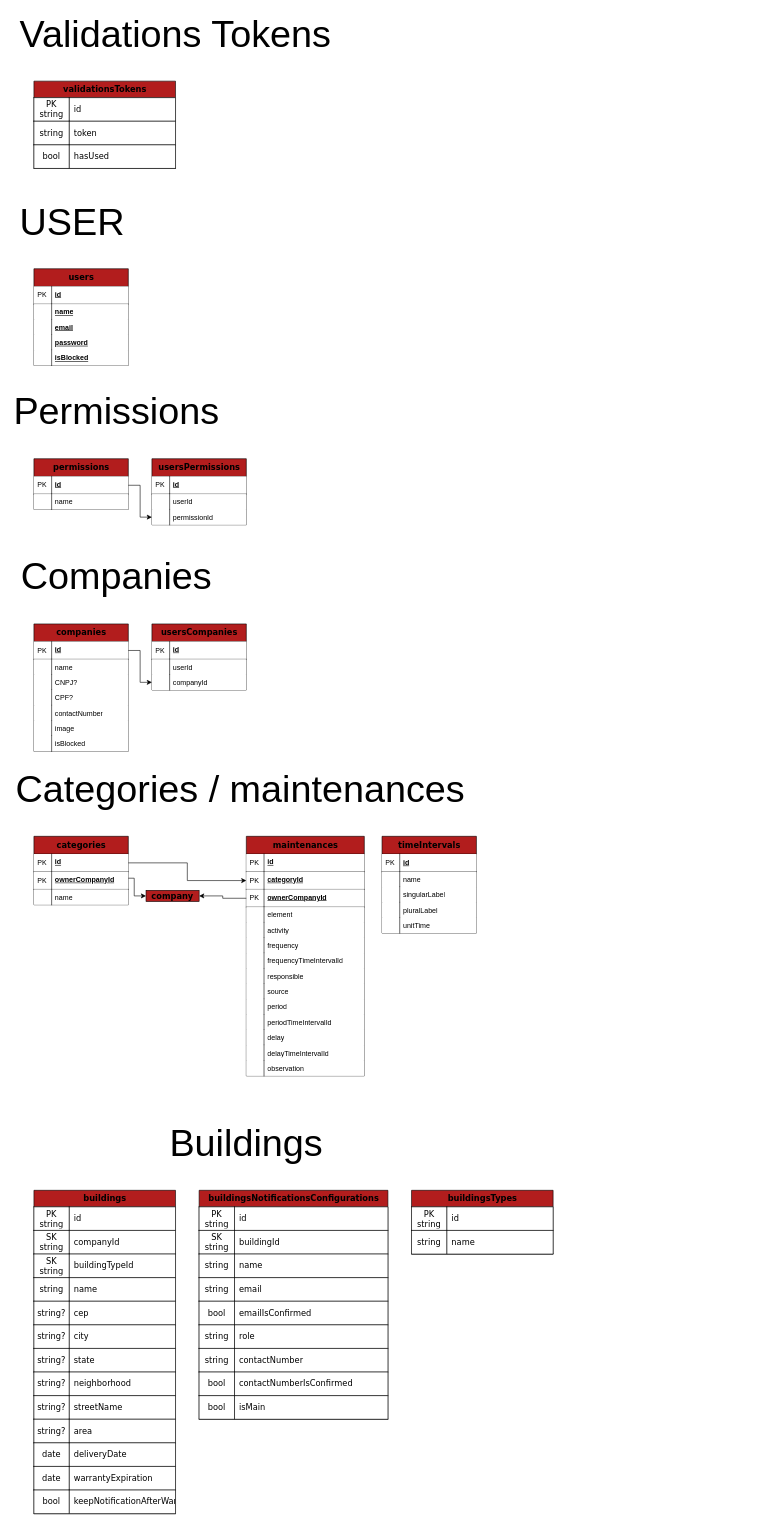
This is src/docs/Easy Alert.drawio from easy-alert/server, a draw.io file, before an edit. Source tidied: cells renumbered, new cells numbered last; positions are measured from the earlier drawing's top-left corner, leaving out a move shared by most shapes. Both pictures are drawn from the tidied source at 59%, with x=0, y=0 at pixel (10, 10).
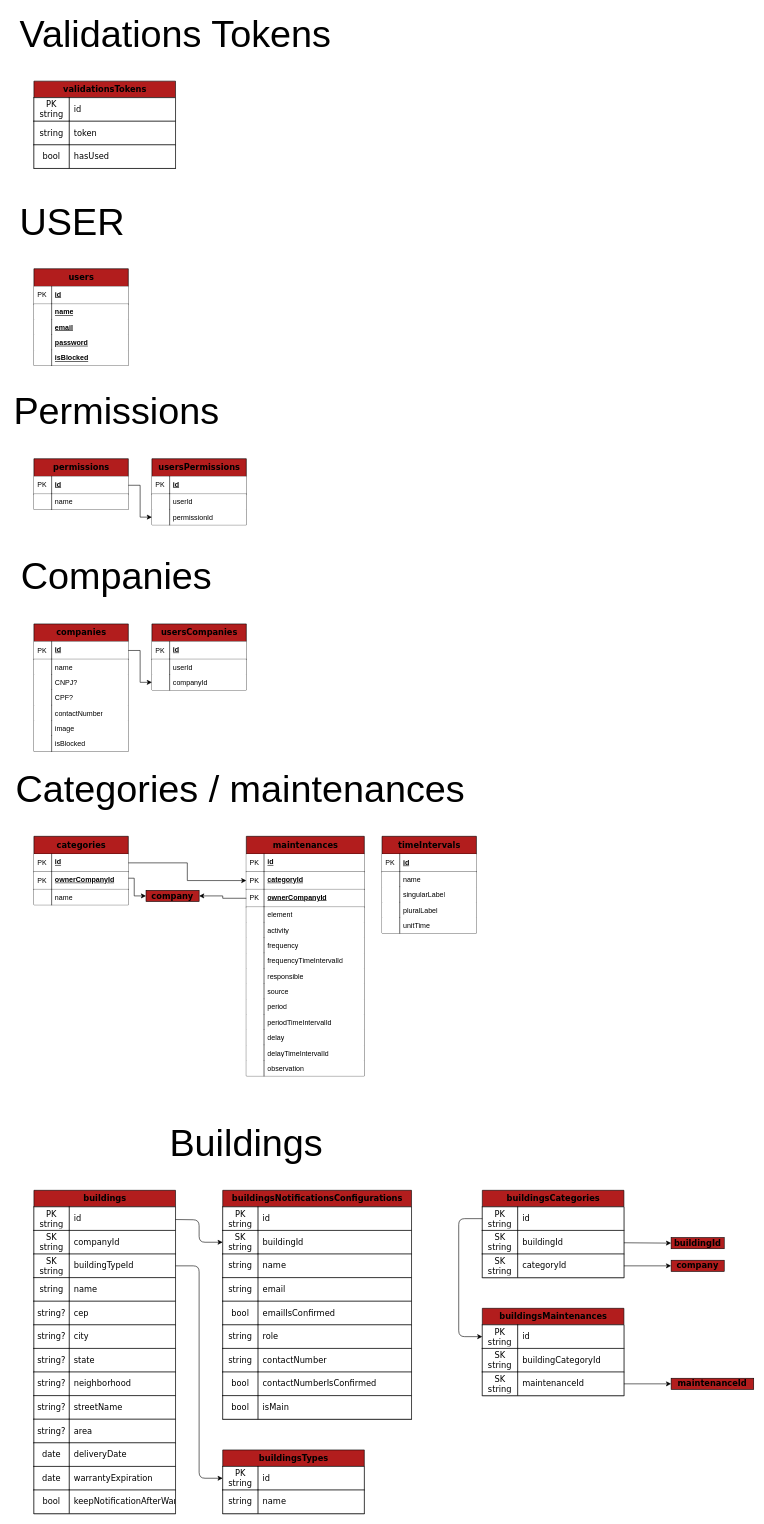
The same diagram, later.

The change refers to these unchanged cells:
```xml
<mxCell id="105" style="shape=partialRectangle;html=1;whiteSpace=wrap;fillColor=none;top=0;left=0;bottom=1;right=0;points=[[0,0.5],[1,0.5]];portConstraint=eastwest;rounded=0;shadow=0;labelBackgroundColor=none;labelBorderColor=none;comic=0;sketch=0;fontFamily=Verdana;fontSize=14;fontColor=default;startSize=26;strokeColor=default;strokeWidth=1;" parent="104" vertex="1">
  <mxGeometry y="28" width="240" height="40" as="geometry" />
</mxCell>
<mxCell id="111" style="shape=partialRectangle;html=1;whiteSpace=wrap;fillColor=none;top=0;left=0;bottom=1;right=0;points=[[0,0.5],[1,0.5]];portConstraint=eastwest;rounded=0;shadow=0;labelBackgroundColor=none;labelBorderColor=none;comic=0;sketch=0;fontFamily=Verdana;fontSize=14;fontColor=default;startSize=26;strokeColor=default;strokeWidth=1;" parent="104" vertex="1">
  <mxGeometry y="108" width="240" height="40" as="geometry" />
</mxCell>
<mxCell id="146" style="shape=partialRectangle;html=1;whiteSpace=wrap;fillColor=none;top=0;left=0;bottom=1;right=0;points=[[0,0.5],[1,0.5]];portConstraint=eastwest;rounded=0;shadow=0;labelBackgroundColor=none;labelBorderColor=none;comic=0;sketch=0;fontFamily=Verdana;fontSize=14;fontColor=default;startSize=26;strokeColor=default;strokeWidth=1;" parent="145" vertex="1">
  <mxGeometry y="28" width="240" height="40" as="geometry" />
</mxCell>
<mxCell id="156" style="shape=partialRectangle;html=1;whiteSpace=wrap;fillColor=none;top=0;left=0;bottom=1;right=0;points=[[0,0.5],[1,0.5]];portConstraint=eastwest;rounded=0;shadow=0;labelBackgroundColor=none;labelBorderColor=none;comic=0;sketch=0;fontFamily=Verdana;fontSize=14;fontColor=default;startSize=26;strokeColor=default;strokeWidth=1;" parent="152" vertex="1">
  <mxGeometry y="68" width="320" height="40" as="geometry" />
</mxCell>
```

Change to the diagram source:
```diff
@@
     <mxCell id="145" value="buildingsTypes" style="shape=table;startSize=28;childLayout=tableLayout;rowLines=1;fontStyle=1;align=center;rounded=0;shadow=0;labelBackgroundColor=none;labelBorderColor=none;comic=0;sketch=0;fontFamily=Verdana;fontSize=14;fontColor=default;strokeColor=default;strokeWidth=1;fillColor=#B21D1D;gradientColor=none;html=1;" parent="1" vertex="1">
-      <mxGeometry x="680" y="2000" width="240" height="108" as="geometry" />
+      <mxGeometry x="360" y="2440" width="240" height="108" as="geometry" />
     </mxCell>
@@
     <mxCell id="152" value="buildingsNotificationsConfigurations" style="shape=table;startSize=28;childLayout=tableLayout;rowLines=1;fontStyle=1;align=center;rounded=0;shadow=0;labelBackgroundColor=none;labelBorderColor=none;comic=0;sketch=0;fontFamily=Verdana;fontSize=14;fontColor=default;strokeColor=default;strokeWidth=1;fillColor=#B21D1D;gradientColor=none;html=1;" parent="1" vertex="1">
-      <mxGeometry x="320" y="2000" width="320" height="388" as="geometry" />
+      <mxGeometry x="360" y="2000" width="320" height="388" as="geometry" />
     </mxCell>
@@
+    <mxCell id="191" value="buildingsCategories" style="shape=table;startSize=28;childLayout=tableLayout;rowLines=1;fontStyle=1;align=center;rounded=0;shadow=0;labelBackgroundColor=none;labelBorderColor=none;comic=0;sketch=0;fontFamily=Verdana;fontSize=14;fontColor=default;strokeColor=default;strokeWidth=1;fillColor=#B21D1D;gradientColor=none;html=1;" parent="1" vertex="1">
+      <mxGeometry x="800" y="2000" width="240" height="148" as="geometry" />
+    </mxCell>
+    <mxCell id="192" style="shape=partialRectangle;html=1;whiteSpace=wrap;fillColor=none;top=0;left=0;bottom=1;right=0;points=[[0,0.5],[1,0.5]];portConstraint=eastwest;rounded=0;shadow=0;labelBackgroundColor=none;labelBorderColor=none;comic=0;sketch=0;fontFamily=Verdana;fontSize=14;fontColor=default;startSize=26;strokeColor=default;strokeWidth=1;" parent="191" vertex="1">
+      <mxGeometry y="28" width="240" height="40" as="geometry" />
+    </mxCell>
+    <mxCell id="193" value="PK&lt;br&gt;string" style="shape=partialRectangle;html=1;whiteSpace=wrap;fillColor=default;top=1;left=1;bottom=1;right=1;overflow=hidden;rounded=0;shadow=0;labelBackgroundColor=none;labelBorderColor=none;comic=0;sketch=0;fontFamily=Verdana;fontSize=14;fontColor=default;startSize=26;strokeColor=default;strokeWidth=1;align=center;" parent="192" vertex="1">
+      <mxGeometry width="60" height="40" as="geometry" />
+    </mxCell>
+    <mxCell id="194" value="id" style="shape=partialRectangle;html=1;whiteSpace=wrap;fillColor=default;top=1;left=1;bottom=1;right=1;align=left;spacingLeft=6;overflow=hidden;rounded=0;shadow=0;labelBackgroundColor=none;labelBorderColor=none;comic=0;sketch=0;fontFamily=Verdana;fontSize=14;fontColor=default;startSize=26;strokeColor=default;strokeWidth=1;" parent="192" vertex="1">
+      <mxGeometry x="60" width="180" height="40" as="geometry" />
+    </mxCell>
+    <mxCell id="195" style="shape=partialRectangle;html=1;whiteSpace=wrap;fillColor=none;top=0;left=0;bottom=1;right=0;points=[[0,0.5],[1,0.5]];portConstraint=eastwest;rounded=0;shadow=0;labelBackgroundColor=none;labelBorderColor=none;comic=0;sketch=0;fontFamily=Verdana;fontSize=14;fontColor=default;startSize=26;strokeColor=default;strokeWidth=1;" parent="191" vertex="1">
+      <mxGeometry y="68" width="240" height="40" as="geometry" />
+    </mxCell>
+    <mxCell id="196" value="SK&lt;br&gt;string" style="shape=partialRectangle;html=1;whiteSpace=wrap;fillColor=default;top=1;left=1;bottom=1;right=1;overflow=hidden;rounded=0;shadow=0;labelBackgroundColor=none;labelBorderColor=none;comic=0;sketch=0;fontFamily=Verdana;fontSize=14;fontColor=default;startSize=26;strokeColor=default;strokeWidth=1;align=center;" parent="195" vertex="1">
+      <mxGeometry width="60" height="40" as="geometry" />
+    </mxCell>
+    <mxCell id="197" value="buildingId" style="shape=partialRectangle;html=1;whiteSpace=wrap;fillColor=default;top=1;left=1;bottom=1;right=1;align=left;spacingLeft=6;overflow=hidden;rounded=0;shadow=0;labelBackgroundColor=none;labelBorderColor=none;comic=0;sketch=0;fontFamily=Verdana;fontSize=14;fontColor=default;startSize=26;strokeColor=default;strokeWidth=1;" parent="195" vertex="1">
+      <mxGeometry x="60" width="180" height="40" as="geometry" />
+    </mxCell>
+    <mxCell id="198" style="shape=partialRectangle;html=1;whiteSpace=wrap;fillColor=none;top=0;left=0;bottom=1;right=0;points=[[0,0.5],[1,0.5]];portConstraint=eastwest;rounded=0;shadow=0;labelBackgroundColor=none;labelBorderColor=none;comic=0;sketch=0;fontFamily=Verdana;fontSize=14;fontColor=default;startSize=26;strokeColor=default;strokeWidth=1;" parent="191" vertex="1">
+      <mxGeometry y="108" width="240" height="40" as="geometry" />
+    </mxCell>
+    <mxCell id="199" value="&lt;span&gt;SK&lt;/span&gt;&lt;br&gt;&lt;span&gt;string&lt;/span&gt;" style="shape=partialRectangle;html=1;whiteSpace=wrap;fillColor=default;top=1;left=1;bottom=1;right=1;overflow=hidden;rounded=0;shadow=0;labelBackgroundColor=none;labelBorderColor=none;comic=0;sketch=0;fontFamily=Verdana;fontSize=14;fontColor=default;startSize=26;strokeColor=default;strokeWidth=1;align=center;" parent="198" vertex="1">
+      <mxGeometry width="60" height="40" as="geometry" />
+    </mxCell>
+    <mxCell id="200" value="categoryId" style="shape=partialRectangle;html=1;whiteSpace=wrap;fillColor=default;top=1;left=1;bottom=1;right=1;align=left;spacingLeft=6;overflow=hidden;rounded=0;shadow=0;labelBackgroundColor=none;labelBorderColor=none;comic=0;sketch=0;fontFamily=Verdana;fontSize=14;fontColor=default;startSize=26;strokeColor=default;strokeWidth=1;" parent="198" vertex="1">
+      <mxGeometry x="60" width="180" height="40" as="geometry" />
+    </mxCell>
+    <mxCell id="201" style="edgeStyle=none;html=1;entryX=0;entryY=0.5;entryDx=0;entryDy=0;" parent="1" edge="1" source="105" target="156">
+      <mxGeometry relative="1" as="geometry">
+        <Array as="points">
+          <mxPoint x="320" y="2050" />
+          <mxPoint x="320" y="2088" />
+        </Array>
+      </mxGeometry>
+    </mxCell>
+    <mxCell id="202" style="edgeStyle=none;html=1;entryX=0;entryY=0.5;entryDx=0;entryDy=0;" parent="1" edge="1" source="111" target="146">
+      <mxGeometry relative="1" as="geometry">
+        <Array as="points">
+          <mxPoint x="320" y="2128" />
+          <mxPoint x="320" y="2488" />
+        </Array>
+      </mxGeometry>
+    </mxCell>
+    <mxCell id="203" value="company" style="rounded=0;whiteSpace=wrap;html=1;fillColor=#B21D1D;fontSize=14;fontFamily=Verdana;fontStyle=1;startSize=30;swimlaneFillColor=#ffffff;shadow=0;comic=0;labelBackgroundColor=none;strokeWidth=1;labelBorderColor=none;sketch=0;gradientColor=none;" parent="1" vertex="1">
+      <mxGeometry x="1120" y="2118.5" width="90" height="19" as="geometry" />
+    </mxCell>
+    <mxCell id="204" style="edgeStyle=none;html=1;entryX=0;entryY=0.5;entryDx=0;entryDy=0;" parent="1" edge="1" source="198" target="203">
+      <mxGeometry relative="1" as="geometry" />
+    </mxCell>
+    <mxCell id="205" value="buildingId" style="rounded=0;whiteSpace=wrap;html=1;fillColor=#B21D1D;fontSize=14;fontFamily=Verdana;fontStyle=1;startSize=30;swimlaneFillColor=#ffffff;shadow=0;comic=0;labelBackgroundColor=none;strokeWidth=1;labelBorderColor=none;sketch=0;gradientColor=none;" parent="1" vertex="1">
+      <mxGeometry x="1120" y="2080" width="90" height="19" as="geometry" />
+    </mxCell>
+    <mxCell id="206" style="edgeStyle=none;html=1;entryX=0;entryY=0.5;entryDx=0;entryDy=0;" parent="1" edge="1" source="195" target="205">
+      <mxGeometry relative="1" as="geometry" />
+    </mxCell>
+    <mxCell id="207" value="buildingsMaintenances" style="shape=table;startSize=28;childLayout=tableLayout;rowLines=1;fontStyle=1;align=center;rounded=0;shadow=0;labelBackgroundColor=none;labelBorderColor=none;comic=0;sketch=0;fontFamily=Verdana;fontSize=14;fontColor=default;strokeColor=default;strokeWidth=1;fillColor=#B21D1D;gradientColor=none;html=1;" parent="1" vertex="1">
+      <mxGeometry x="800" y="2200" width="240" height="148" as="geometry" />
+    </mxCell>
+    <mxCell id="208" style="shape=partialRectangle;html=1;whiteSpace=wrap;fillColor=none;top=0;left=0;bottom=1;right=0;points=[[0,0.5],[1,0.5]];portConstraint=eastwest;rounded=0;shadow=0;labelBackgroundColor=none;labelBorderColor=none;comic=0;sketch=0;fontFamily=Verdana;fontSize=14;fontColor=default;startSize=26;strokeColor=default;strokeWidth=1;" parent="207" vertex="1">
+      <mxGeometry y="28" width="240" height="40" as="geometry" />
+    </mxCell>
+    <mxCell id="209" value="PK&lt;br&gt;string" style="shape=partialRectangle;html=1;whiteSpace=wrap;fillColor=default;top=1;left=1;bottom=1;right=1;overflow=hidden;rounded=0;shadow=0;labelBackgroundColor=none;labelBorderColor=none;comic=0;sketch=0;fontFamily=Verdana;fontSize=14;fontColor=default;startSize=26;strokeColor=default;strokeWidth=1;align=center;" parent="208" vertex="1">
+      <mxGeometry width="60" height="40" as="geometry" />
+    </mxCell>
+    <mxCell id="210" value="id" style="shape=partialRectangle;html=1;whiteSpace=wrap;fillColor=default;top=1;left=1;bottom=1;right=1;align=left;spacingLeft=6;overflow=hidden;rounded=0;shadow=0;labelBackgroundColor=none;labelBorderColor=none;comic=0;sketch=0;fontFamily=Verdana;fontSize=14;fontColor=default;startSize=26;strokeColor=default;strokeWidth=1;" parent="208" vertex="1">
+      <mxGeometry x="60" width="180" height="40" as="geometry" />
+    </mxCell>
+    <mxCell id="211" style="shape=partialRectangle;html=1;whiteSpace=wrap;fillColor=none;top=0;left=0;bottom=1;right=0;rounded=0;shadow=0;labelBackgroundColor=none;labelBorderColor=none;comic=0;sketch=0;fontFamily=Verdana;fontSize=14;fontColor=default;startSize=26;strokeColor=default;strokeWidth=1;" parent="207" vertex="1">
+      <mxGeometry y="68" width="240" height="40" as="geometry" />
+    </mxCell>
+    <mxCell id="212" value="SK&lt;br&gt;string" style="shape=partialRectangle;html=1;whiteSpace=wrap;fillColor=default;top=1;left=1;bottom=1;right=1;overflow=hidden;rounded=0;shadow=0;labelBackgroundColor=none;labelBorderColor=none;comic=0;sketch=0;fontFamily=Verdana;fontSize=14;fontColor=default;startSize=26;strokeColor=default;strokeWidth=1;align=center;" parent="211" vertex="1">
+      <mxGeometry width="60" height="40" as="geometry" />
+    </mxCell>
+    <mxCell id="213" value="buildingCategoryId" style="shape=partialRectangle;html=1;whiteSpace=wrap;fillColor=default;top=1;left=1;bottom=1;right=1;align=left;spacingLeft=6;overflow=hidden;rounded=0;shadow=0;labelBackgroundColor=none;labelBorderColor=none;comic=0;sketch=0;fontFamily=Verdana;fontSize=14;fontColor=default;startSize=26;strokeColor=default;strokeWidth=1;" parent="211" vertex="1">
+      <mxGeometry x="60" width="180" height="40" as="geometry" />
+    </mxCell>
+    <mxCell id="214" style="shape=partialRectangle;html=1;whiteSpace=wrap;fillColor=none;top=0;left=0;bottom=1;right=0;points=[[0,0.5],[1,0.5]];portConstraint=eastwest;rounded=0;shadow=0;labelBackgroundColor=none;labelBorderColor=none;comic=0;sketch=0;fontFamily=Verdana;fontSize=14;fontColor=default;startSize=26;strokeColor=default;strokeWidth=1;" parent="207" vertex="1">
+      <mxGeometry y="108" width="240" height="40" as="geometry" />
+    </mxCell>
+    <mxCell id="215" value="&lt;span&gt;SK&lt;/span&gt;&lt;br&gt;&lt;span&gt;string&lt;/span&gt;" style="shape=partialRectangle;html=1;whiteSpace=wrap;fillColor=default;top=1;left=1;bottom=1;right=1;overflow=hidden;rounded=0;shadow=0;labelBackgroundColor=none;labelBorderColor=none;comic=0;sketch=0;fontFamily=Verdana;fontSize=14;fontColor=default;startSize=26;strokeColor=default;strokeWidth=1;align=center;" parent="214" vertex="1">
+      <mxGeometry width="60" height="40" as="geometry" />
+    </mxCell>
+    <mxCell id="216" value="maintenanceId" style="shape=partialRectangle;html=1;whiteSpace=wrap;fillColor=default;top=1;left=1;bottom=1;right=1;align=left;spacingLeft=6;overflow=hidden;rounded=0;shadow=0;labelBackgroundColor=none;labelBorderColor=none;comic=0;sketch=0;fontFamily=Verdana;fontSize=14;fontColor=default;startSize=26;strokeColor=default;strokeWidth=1;" parent="214" vertex="1">
+      <mxGeometry x="60" width="180" height="40" as="geometry" />
+    </mxCell>
+    <mxCell id="217" style="edgeStyle=none;html=1;entryX=0;entryY=0.5;entryDx=0;entryDy=0;" parent="1" edge="1" source="192" target="208">
+      <mxGeometry relative="1" as="geometry">
+        <Array as="points">
+          <mxPoint x="760" y="2048" />
+          <mxPoint x="760" y="2248" />
+        </Array>
+      </mxGeometry>
+    </mxCell>
+    <mxCell id="218" value="maintenanceId" style="rounded=0;whiteSpace=wrap;html=1;fillColor=#B21D1D;fontSize=14;fontFamily=Verdana;fontStyle=1;startSize=30;swimlaneFillColor=#ffffff;shadow=0;comic=0;labelBackgroundColor=none;strokeWidth=1;labelBorderColor=none;sketch=0;gradientColor=none;" parent="1" vertex="1">
+      <mxGeometry x="1120" y="2318.5" width="140" height="19" as="geometry" />
+    </mxCell>
+    <mxCell id="219" style="edgeStyle=none;html=1;" parent="1" edge="1" source="214" target="218">
+      <mxGeometry relative="1" as="geometry" />
+    </mxCell>
```
